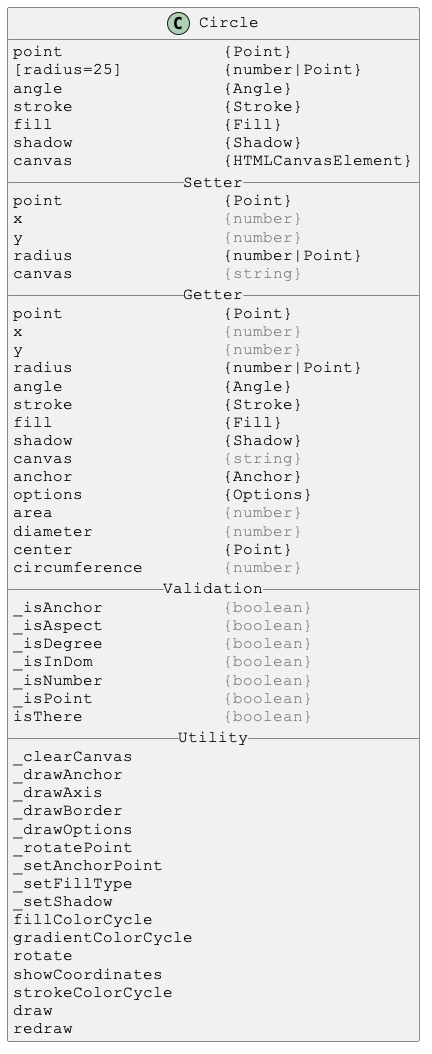
This is docs/PlantUml/image/Circle.png from Justin-Byrne/canvasLab, a PlantUML export, as it was before one commit.
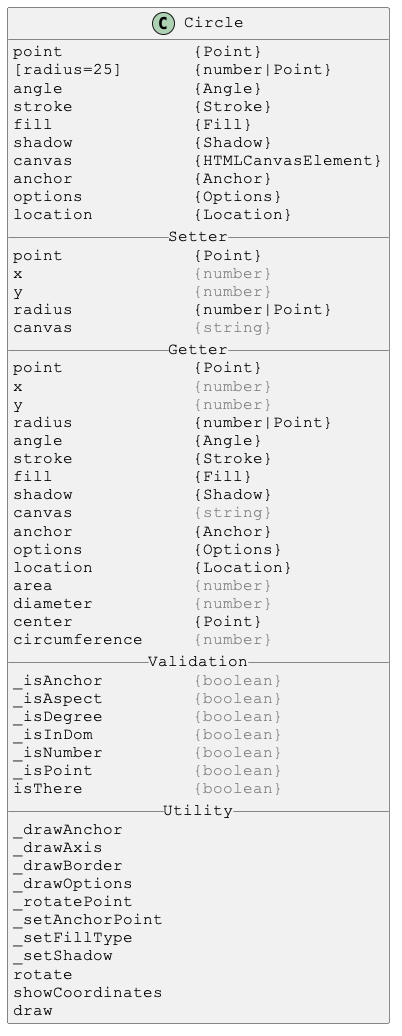
After the change.

What changed in the source:
```diff
@@ -4,45 +4,48 @@
 skinparam DefaultFontName Courier New
 
 class Circle {
-point                {Point}
-[radius=25]          {number|Point}
-angle                {Angle}
-stroke               {Stroke}
-fill                 {Fill}
-shadow               {Shadow}
-canvas               {HTMLCanvasElement}
+point             {Point}
+[radius=25]       {number|Point}
+angle             {Angle}
+stroke            {Stroke}
+fill              {Fill}
+shadow            {Shadow}
+canvas            {HTMLCanvasElement}
+anchor            {Anchor}
+options           {Options}
+location          {Location}
 __ Setter __
-point                {Point}
-x                    <color:gray>{number}</color>
-y                    <color:gray>{number}</color>
-radius               {number|Point}
-canvas               <color:gray>{string}</color>
+point             {Point}
+x                 <color:gray>{number}</color>
+y                 <color:gray>{number}</color>
+radius            {number|Point}
+canvas            <color:gray>{string}</color>
 __ Getter __
-point                {Point}
-x                    <color:gray>{number}</color>
-y                    <color:gray>{number}</color>
-radius               {number|Point}
-angle                {Angle}
-stroke               {Stroke}
-fill                 {Fill}
-shadow               {Shadow}
-canvas               <color:gray>{string}</color>
-anchor               {Anchor}
-options              {Options}
-area                 <color:gray>{number}</color>
-diameter             <color:gray>{number}</color>
-center               {Point}
-circumference        <color:gray>{number}</color>
+point             {Point}
+x                 <color:gray>{number}</color>
+y                 <color:gray>{number}</color>
+radius            {number|Point}
+angle             {Angle}
+stroke            {Stroke}
+fill              {Fill}
+shadow            {Shadow}
+canvas            <color:gray>{string}</color>
+anchor            {Anchor}
+options           {Options}
+location          {Location}
+area              <color:gray>{number}</color>
+diameter          <color:gray>{number}</color>
+center            {Point}
+circumference     <color:gray>{number}</color>
 __ Validation __
-_isAnchor            <color:gray>{boolean}</color>
-_isAspect            <color:gray>{boolean}</color>
-_isDegree            <color:gray>{boolean}</color>
-_isInDom             <color:gray>{boolean}</color>
-_isNumber            <color:gray>{boolean}</color>
-_isPoint             <color:gray>{boolean}</color>
-isThere              <color:gray>{boolean}</color>
+_isAnchor         <color:gray>{boolean}</color>
+_isAspect         <color:gray>{boolean}</color>
+_isDegree         <color:gray>{boolean}</color>
+_isInDom          <color:gray>{boolean}</color>
+_isNumber         <color:gray>{boolean}</color>
+_isPoint          <color:gray>{boolean}</color>
+isThere           <color:gray>{boolean}</color>
 __ Utility __
-_clearCanvas
 _drawAnchor
 _drawAxis
 _drawBorder
@@ -51,13 +54,9 @@
 _setAnchorPoint
 _setFillType
 _setShadow
-fillColorCycle
-gradientColorCycle
 rotate
 showCoordinates
-strokeColorCycle
 draw
-redraw
 }
 
 @enduml
```
